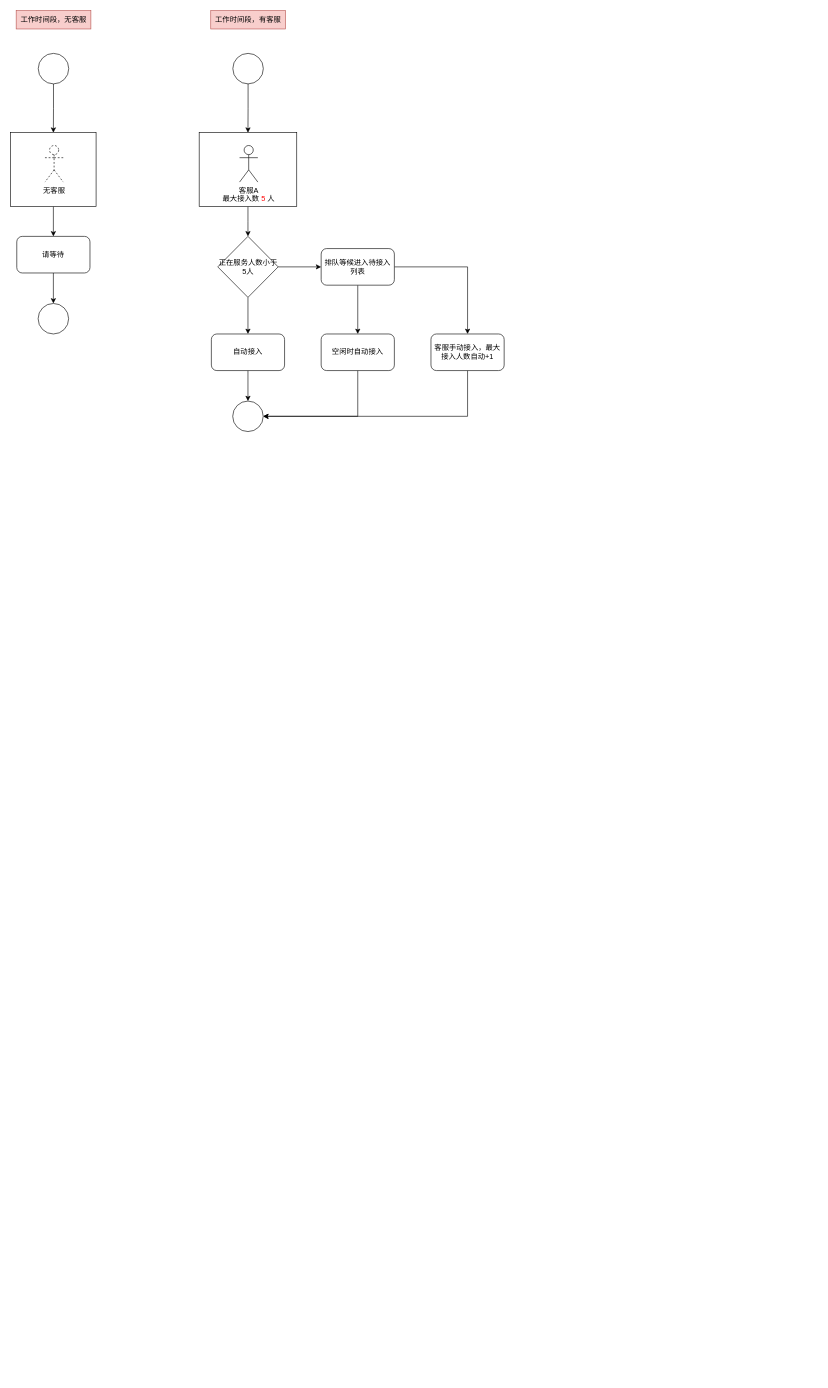
Before: 客服接入流程.drawio in ammengke/my-drawio, a draw.io diagram. Source tidied: cells renumbered, new cells numbered last; positions are measured from the earlier drawing's top-left corner, leaving out a move shared by most shapes. Both pictures are drawn from the tidied source at 61%, with x=0, y=0 at pixel (10, 10).
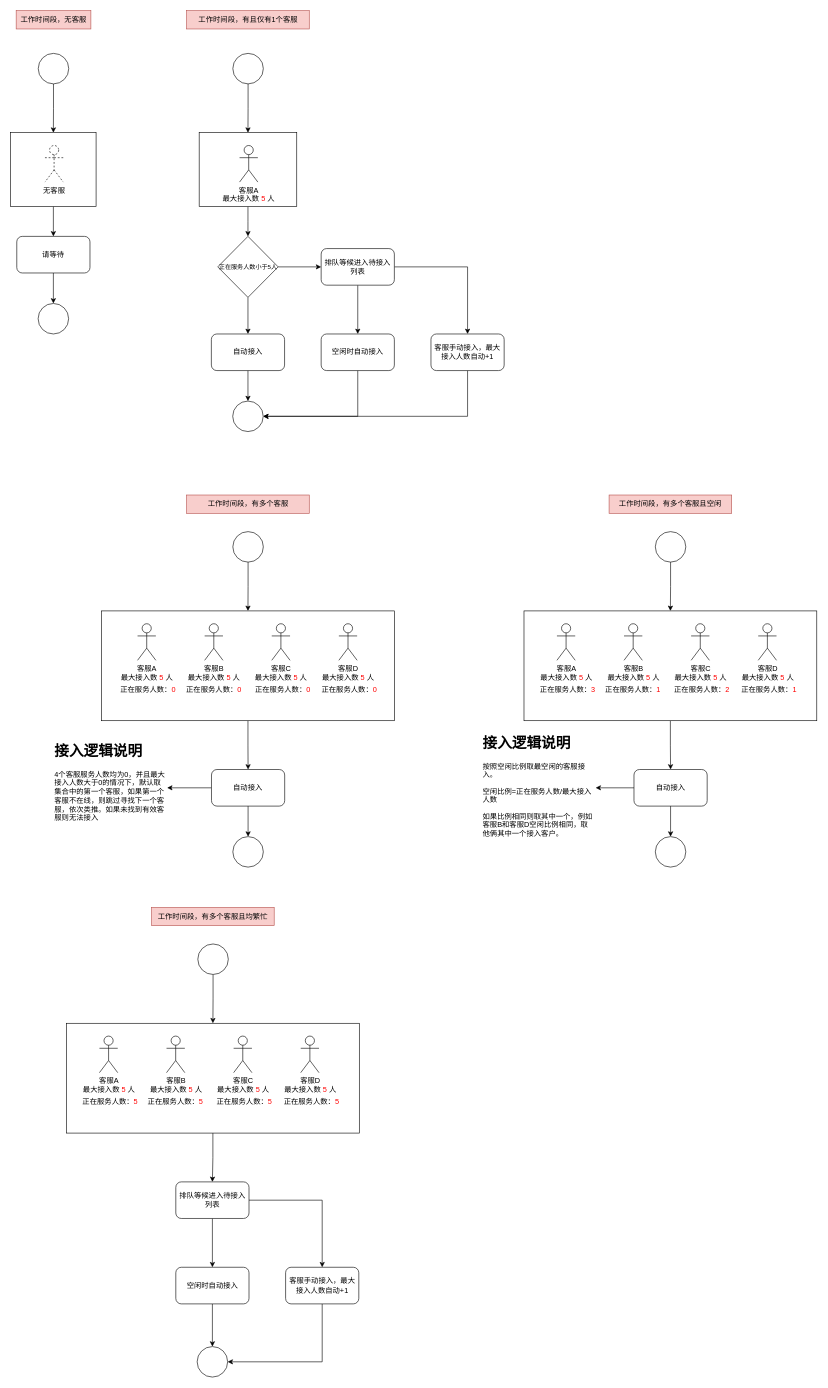
Above is the later version.

Commit message (it also covers changes not shown here):
更新客服接入流程.drawio

Change to the diagram source:
```diff
@@
-    <mxCell id="13" value="工作时间段，有客服" style="text;html=1;strokeColor=#b85450;fillColor=#f8cecc;align=center;verticalAlign=middle;whiteSpace=wrap;rounded=0;" parent="1" vertex="1">
-      <mxGeometry x="328" width="122.5" height="30" as="geometry" />
+    <mxCell id="13" value="工作时间段，有且仅有1个客服" style="text;html=1;strokeColor=#b85450;fillColor=#f8cecc;align=center;verticalAlign=middle;whiteSpace=wrap;rounded=0;" parent="1" vertex="1">
+      <mxGeometry x="288.5" width="201" height="30" as="geometry" />
     </mxCell>
@@
-    <mxCell id="19" value="正在服务人数小于5人" style="rhombus;whiteSpace=wrap;html=1;" parent="1" vertex="1">
+    <mxCell id="19" value="正在服务人数小于5人" style="rhombus;whiteSpace=wrap;html=1;fontSize=10;" parent="1" vertex="1">
       <mxGeometry x="339.5" y="370" width="99" height="100" as="geometry" />
     </mxCell>
@@
+    <mxCell id="30" style="edgeStyle=orthogonalEdgeStyle;rounded=0;jettySize=auto;html=1;entryX=0.5;entryY=0;entryDx=0;entryDy=0;" parent="1" edge="1" source="31" target="33">
+      <mxGeometry relative="1" as="geometry" />
+    </mxCell>
+    <mxCell id="31" style="ellipse;whiteSpace=wrap;html=1;" parent="1" vertex="1">
+      <mxGeometry x="364.2" y="854" width="50" height="50" as="geometry" />
+    </mxCell>
+    <mxCell id="32" style="edgeStyle=orthogonalEdgeStyle;rounded=0;jettySize=auto;html=1;" parent="1" edge="1" source="33" target="37">
+      <mxGeometry relative="1" as="geometry" />
+    </mxCell>
+    <mxCell id="33" style="rounded=0;whiteSpace=wrap;html=1;" parent="1" vertex="1">
+      <mxGeometry x="149" y="984" width="480" height="180" as="geometry" />
+    </mxCell>
+    <mxCell id="34" value="客服A&lt;br&gt;最大接入数&lt;font color=&quot;#ff0000&quot;&gt; 5 &lt;/font&gt;人" style="shape=umlActor;verticalLabelPosition=bottom;verticalAlign=top;html=1;" parent="1" vertex="1">
+      <mxGeometry x="208" y="1005" width="30" height="60" as="geometry" />
+    </mxCell>
+    <mxCell id="35" style="edgeStyle=orthogonalEdgeStyle;rounded=0;jettySize=auto;html=1;" parent="1" edge="1" source="37" target="38">
+      <mxGeometry relative="1" as="geometry" />
+    </mxCell>
+    <mxCell id="36" style="edgeStyle=orthogonalEdgeStyle;rounded=0;jettySize=auto;html=1;" parent="1" edge="1" source="37" target="46">
+      <mxGeometry relative="1" as="geometry" />
+    </mxCell>
+    <mxCell id="37" value="自动接入" style="rounded=1;whiteSpace=wrap;html=1;" parent="1" vertex="1">
+      <mxGeometry x="329.2" y="1244" width="120" height="60" as="geometry" />
+    </mxCell>
+    <mxCell id="38" style="ellipse;whiteSpace=wrap;html=1;" parent="1" vertex="1">
+      <mxGeometry x="364.2" y="1354" width="50" height="50" as="geometry" />
+    </mxCell>
+    <mxCell id="39" value="客服B&lt;br&gt;最大接入数&lt;font color=&quot;#ff0000&quot;&gt; 5 &lt;/font&gt;人" style="shape=umlActor;verticalLabelPosition=bottom;verticalAlign=top;html=1;" parent="1" vertex="1">
+      <mxGeometry x="318" y="1005" width="30" height="60" as="geometry" />
+    </mxCell>
+    <mxCell id="40" value="客服C&lt;br&gt;最大接入数&lt;font color=&quot;#ff0000&quot;&gt; 5 &lt;/font&gt;人" style="shape=umlActor;verticalLabelPosition=bottom;verticalAlign=top;html=1;" parent="1" vertex="1">
+      <mxGeometry x="428" y="1005" width="30" height="60" as="geometry" />
+    </mxCell>
+    <mxCell id="41" value="客服D&lt;br&gt;最大接入数&lt;font color=&quot;#ff0000&quot;&gt; 5 &lt;/font&gt;人" style="shape=umlActor;verticalLabelPosition=bottom;verticalAlign=top;html=1;" parent="1" vertex="1">
+      <mxGeometry x="538" y="1005" width="30" height="60" as="geometry" />
+    </mxCell>
+    <mxCell id="42" value="正在服务人数：&lt;font color=&quot;#ff0000&quot;&gt;0&lt;/font&gt;" style="text;html=1;strokeColor=none;fillColor=none;align=left;verticalAlign=middle;whiteSpace=wrap;rounded=0;" parent="1" vertex="1">
+      <mxGeometry x="178" y="1098" width="107.5" height="30" as="geometry" />
+    </mxCell>
+    <mxCell id="43" value="正在服务人数：&lt;font color=&quot;#ff0000&quot;&gt;0&lt;/font&gt;" style="text;html=1;strokeColor=none;fillColor=none;align=left;verticalAlign=middle;whiteSpace=wrap;rounded=0;" parent="1" vertex="1">
+      <mxGeometry x="285.5" y="1098" width="107.5" height="30" as="geometry" />
+    </mxCell>
+    <mxCell id="44" value="正在服务人数：&lt;font color=&quot;#ff0000&quot;&gt;0&lt;/font&gt;" style="text;html=1;strokeColor=none;fillColor=none;align=left;verticalAlign=middle;whiteSpace=wrap;rounded=0;" parent="1" vertex="1">
+      <mxGeometry x="398.5" y="1098" width="107.5" height="30" as="geometry" />
+    </mxCell>
+    <mxCell id="45" value="正在服务人数：&lt;font color=&quot;#ff0000&quot;&gt;0&lt;/font&gt;" style="text;html=1;strokeColor=none;fillColor=none;align=left;verticalAlign=middle;whiteSpace=wrap;rounded=0;" parent="1" vertex="1">
+      <mxGeometry x="508" y="1098" width="107.5" height="30" as="geometry" />
+    </mxCell>
+    <mxCell id="46" value="&lt;h1&gt;接入逻辑说明&lt;/h1&gt;&lt;p&gt;4个客服服务人数均为0，并且最大接入人数大于0的情况下，默认取集合中的第一个客服，如果第一个客服不在线，则跳过寻找下一个客服，依次类推。如果未找到有效客服则无法接入&lt;/p&gt;" style="text;html=1;strokeColor=none;fillColor=none;spacing=5;spacingTop=-20;whiteSpace=wrap;overflow=hidden;rounded=0;" parent="1" vertex="1">
+      <mxGeometry x="66.5" y="1194" width="190" height="160" as="geometry" />
+    </mxCell>
+    <mxCell id="47" value="工作时间段，有多个客服" style="text;html=1;strokeColor=#b85450;fillColor=#f8cecc;align=center;verticalAlign=middle;whiteSpace=wrap;rounded=0;" parent="1" vertex="1">
+      <mxGeometry x="288.5" y="794" width="201" height="30" as="geometry" />
+    </mxCell>
+    <mxCell id="48" style="edgeStyle=orthogonalEdgeStyle;rounded=0;jettySize=auto;html=1;entryX=0.5;entryY=0;entryDx=0;entryDy=0;" parent="1" edge="1" source="49" target="51">
+      <mxGeometry relative="1" as="geometry" />
+    </mxCell>
+    <mxCell id="49" style="ellipse;whiteSpace=wrap;html=1;" parent="1" vertex="1">
+      <mxGeometry x="1056.8" y="854" width="50" height="50" as="geometry" />
+    </mxCell>
+    <mxCell id="50" style="edgeStyle=orthogonalEdgeStyle;rounded=0;jettySize=auto;html=1;" parent="1" edge="1" source="51" target="55">
+      <mxGeometry relative="1" as="geometry" />
+    </mxCell>
+    <mxCell id="51" style="rounded=0;whiteSpace=wrap;html=1;" parent="1" vertex="1">
+      <mxGeometry x="841.5" y="984" width="480" height="180" as="geometry" />
+    </mxCell>
+    <mxCell id="52" value="客服A&lt;br&gt;最大接入数&lt;font color=&quot;#ff0000&quot;&gt; 5 &lt;/font&gt;人" style="shape=umlActor;verticalLabelPosition=bottom;verticalAlign=top;html=1;" parent="1" vertex="1">
+      <mxGeometry x="895.5" y="1005" width="30" height="60" as="geometry" />
+    </mxCell>
+    <mxCell id="53" style="edgeStyle=orthogonalEdgeStyle;rounded=0;jettySize=auto;html=1;" parent="1" edge="1" source="55" target="56">
+      <mxGeometry relative="1" as="geometry" />
+    </mxCell>
+    <mxCell id="54" style="edgeStyle=orthogonalEdgeStyle;rounded=0;jettySize=auto;html=1;" parent="1" edge="1" source="55" target="64">
+      <mxGeometry relative="1" as="geometry" />
+    </mxCell>
+    <mxCell id="55" value="自动接入" style="rounded=1;whiteSpace=wrap;html=1;" parent="1" vertex="1">
+      <mxGeometry x="1021.8" y="1244" width="120" height="60" as="geometry" />
+    </mxCell>
+    <mxCell id="56" style="ellipse;whiteSpace=wrap;html=1;" parent="1" vertex="1">
+      <mxGeometry x="1056.8" y="1354" width="50" height="50" as="geometry" />
+    </mxCell>
+    <mxCell id="57" value="客服B&lt;br&gt;最大接入数&lt;font color=&quot;#ff0000&quot;&gt; 5 &lt;/font&gt;人" style="shape=umlActor;verticalLabelPosition=bottom;verticalAlign=top;html=1;" parent="1" vertex="1">
+      <mxGeometry x="1005.5" y="1005" width="30" height="60" as="geometry" />
+    </mxCell>
+    <mxCell id="58" value="客服C&lt;br&gt;最大接入数&lt;font color=&quot;#ff0000&quot;&gt; 5 &lt;/font&gt;人" style="shape=umlActor;verticalLabelPosition=bottom;verticalAlign=top;html=1;" parent="1" vertex="1">
+      <mxGeometry x="1115.5" y="1005" width="30" height="60" as="geometry" />
+    </mxCell>
+    <mxCell id="59" value="客服D&lt;br&gt;最大接入数&lt;font color=&quot;#ff0000&quot;&gt; 5 &lt;/font&gt;人" style="shape=umlActor;verticalLabelPosition=bottom;verticalAlign=top;html=1;" parent="1" vertex="1">
+      <mxGeometry x="1225.5" y="1005" width="30" height="60" as="geometry" />
+    </mxCell>
+    <mxCell id="60" value="正在服务人数：&lt;font color=&quot;#ff0000&quot;&gt;3&lt;/font&gt;" style="text;html=1;strokeColor=none;fillColor=none;align=left;verticalAlign=middle;whiteSpace=wrap;rounded=0;" parent="1" vertex="1">
+      <mxGeometry x="865.5" y="1098" width="107.5" height="30" as="geometry" />
+    </mxCell>
+    <mxCell id="61" value="正在服务人数：&lt;font color=&quot;#ff0000&quot;&gt;1&lt;/font&gt;" style="text;html=1;strokeColor=none;fillColor=none;align=left;verticalAlign=middle;whiteSpace=wrap;rounded=0;" parent="1" vertex="1">
+      <mxGeometry x="973" y="1098" width="107.5" height="30" as="geometry" />
+    </mxCell>
+    <mxCell id="62" value="正在服务人数：&lt;font color=&quot;#ff0000&quot;&gt;2&lt;/font&gt;" style="text;html=1;strokeColor=none;fillColor=none;align=left;verticalAlign=middle;whiteSpace=wrap;rounded=0;" parent="1" vertex="1">
+      <mxGeometry x="1086" y="1098" width="107.5" height="30" as="geometry" />
+    </mxCell>
+    <mxCell id="63" value="正在服务人数：&lt;font color=&quot;#ff0000&quot;&gt;1&lt;/font&gt;" style="text;html=1;strokeColor=none;fillColor=none;align=left;verticalAlign=middle;whiteSpace=wrap;rounded=0;" parent="1" vertex="1">
+      <mxGeometry x="1195.5" y="1098" width="107.5" height="30" as="geometry" />
+    </mxCell>
+    <mxCell id="64" value="&lt;h1&gt;接入逻辑说明&lt;/h1&gt;&lt;p&gt;按照空闲比例取最空闲的客服接入。&lt;/p&gt;&lt;p&gt;空闲比例=正在服务人数/最大接入人数&lt;/p&gt;&lt;p&gt;如果比例相同则取其中一个，例如客服B和客服D空闲比例相同，取他俩其中一个接入客户。&lt;/p&gt;" style="text;html=1;strokeColor=none;fillColor=none;spacing=5;spacingTop=-20;whiteSpace=wrap;overflow=hidden;rounded=0;" parent="1" vertex="1">
+      <mxGeometry x="769" y="1181" width="190" height="186" as="geometry" />
+    </mxCell>
+    <mxCell id="65" value="工作时间段，有多个客服且空闲" style="text;html=1;strokeColor=#b85450;fillColor=#f8cecc;align=center;verticalAlign=middle;whiteSpace=wrap;rounded=0;" parent="1" vertex="1">
+      <mxGeometry x="981" y="794" width="201" height="30" as="geometry" />
+    </mxCell>
+    <mxCell id="66" style="edgeStyle=orthogonalEdgeStyle;rounded=0;jettySize=auto;html=1;entryX=0.5;entryY=0;entryDx=0;entryDy=0;" parent="1" edge="1" source="67" target="69">
+      <mxGeometry relative="1" as="geometry" />
+    </mxCell>
+    <mxCell id="67" style="ellipse;whiteSpace=wrap;html=1;" parent="1" vertex="1">
+      <mxGeometry x="306.8" y="1530" width="50" height="50" as="geometry" />
+    </mxCell>
+    <mxCell id="68" style="edgeStyle=orthogonalEdgeStyle;rounded=0;jettySize=auto;html=1;" parent="1" edge="1" source="69" target="82">
+      <mxGeometry relative="1" as="geometry" />
+    </mxCell>
+    <mxCell id="69" style="rounded=0;whiteSpace=wrap;html=1;" parent="1" vertex="1">
+      <mxGeometry x="91.5" y="1660" width="480" height="180" as="geometry" />
+    </mxCell>
+    <mxCell id="70" value="客服A&lt;br&gt;最大接入数&lt;font color=&quot;#ff0000&quot;&gt; 5 &lt;/font&gt;人" style="shape=umlActor;verticalLabelPosition=bottom;verticalAlign=top;html=1;" parent="1" vertex="1">
+      <mxGeometry x="145.5" y="1681" width="30" height="60" as="geometry" />
+    </mxCell>
+    <mxCell id="71" value="客服B&lt;br&gt;最大接入数&lt;font color=&quot;#ff0000&quot;&gt; 5 &lt;/font&gt;人" style="shape=umlActor;verticalLabelPosition=bottom;verticalAlign=top;html=1;" parent="1" vertex="1">
+      <mxGeometry x="255.5" y="1681" width="30" height="60" as="geometry" />
+    </mxCell>
+    <mxCell id="72" value="客服C&lt;br&gt;最大接入数&lt;font color=&quot;#ff0000&quot;&gt; 5 &lt;/font&gt;人" style="shape=umlActor;verticalLabelPosition=bottom;verticalAlign=top;html=1;" parent="1" vertex="1">
+      <mxGeometry x="365.5" y="1681" width="30" height="60" as="geometry" />
+    </mxCell>
+    <mxCell id="73" value="客服D&lt;br&gt;最大接入数&lt;font color=&quot;#ff0000&quot;&gt; 5 &lt;/font&gt;人" style="shape=umlActor;verticalLabelPosition=bottom;verticalAlign=top;html=1;" parent="1" vertex="1">
+      <mxGeometry x="475.5" y="1681" width="30" height="60" as="geometry" />
+    </mxCell>
+    <mxCell id="74" value="正在服务人数：&lt;font color=&quot;#ff0000&quot;&gt;5&lt;/font&gt;" style="text;html=1;strokeColor=none;fillColor=none;align=left;verticalAlign=middle;whiteSpace=wrap;rounded=0;" parent="1" vertex="1">
+      <mxGeometry x="115.5" y="1774" width="107.5" height="30" as="geometry" />
+    </mxCell>
+    <mxCell id="75" value="正在服务人数：&lt;font color=&quot;#ff0000&quot;&gt;5&lt;/font&gt;" style="text;html=1;strokeColor=none;fillColor=none;align=left;verticalAlign=middle;whiteSpace=wrap;rounded=0;" parent="1" vertex="1">
+      <mxGeometry x="223" y="1774" width="107.5" height="30" as="geometry" />
+    </mxCell>
+    <mxCell id="76" value="正在服务人数：&lt;font color=&quot;#ff0000&quot;&gt;5&lt;/font&gt;" style="text;html=1;strokeColor=none;fillColor=none;align=left;verticalAlign=middle;whiteSpace=wrap;rounded=0;" parent="1" vertex="1">
+      <mxGeometry x="336" y="1774" width="107.5" height="30" as="geometry" />
+    </mxCell>
+    <mxCell id="77" value="正在服务人数：&lt;font color=&quot;#ff0000&quot;&gt;5&lt;/font&gt;" style="text;html=1;strokeColor=none;fillColor=none;align=left;verticalAlign=middle;whiteSpace=wrap;rounded=0;" parent="1" vertex="1">
+      <mxGeometry x="445.5" y="1774" width="107.5" height="30" as="geometry" />
+    </mxCell>
+    <mxCell id="78" value="工作时间段，有多个客服且均繁忙" style="text;html=1;strokeColor=#b85450;fillColor=#f8cecc;align=center;verticalAlign=middle;whiteSpace=wrap;rounded=0;" parent="1" vertex="1">
+      <mxGeometry x="231" y="1470" width="201" height="30" as="geometry" />
+    </mxCell>
+    <mxCell id="79" style="ellipse;whiteSpace=wrap;html=1;" parent="1" vertex="1">
+      <mxGeometry x="305.7" y="2190" width="50" height="50" as="geometry" />
+    </mxCell>
+    <mxCell id="80" style="edgeStyle=orthogonalEdgeStyle;rounded=0;jettySize=auto;html=1;" parent="1" edge="1" source="82" target="86">
+      <mxGeometry relative="1" as="geometry" />
+    </mxCell>
+    <mxCell id="81" style="edgeStyle=orthogonalEdgeStyle;rounded=0;jettySize=auto;html=1;entryX=0.5;entryY=0;entryDx=0;entryDy=0;" parent="1" edge="1" source="82" target="84">
+      <mxGeometry relative="1" as="geometry" />
+    </mxCell>
+    <mxCell id="82" value="排队等候进入待接入列表" style="rounded=1;whiteSpace=wrap;html=1;" parent="1" vertex="1">
+      <mxGeometry x="270.7" y="1920" width="120" height="60" as="geometry" />
+    </mxCell>
+    <mxCell id="83" style="edgeStyle=orthogonalEdgeStyle;rounded=0;jettySize=auto;html=1;" parent="1" edge="1" source="84" target="79">
+      <mxGeometry relative="1" as="geometry" />
+    </mxCell>
+    <mxCell id="84" value="空闲时自动接入" style="rounded=1;whiteSpace=wrap;html=1;" parent="1" vertex="1">
+      <mxGeometry x="270.7" y="2060" width="120" height="60" as="geometry" />
+    </mxCell>
+    <mxCell id="85" style="edgeStyle=orthogonalEdgeStyle;rounded=0;jettySize=auto;html=1;entryX=1;entryY=0.5;entryDx=0;entryDy=0;" parent="1" edge="1" source="86" target="79">
+      <mxGeometry relative="1" as="geometry">
+        <Array as="points">
+          <mxPoint x="511" y="2215" />
+        </Array>
+      </mxGeometry>
+    </mxCell>
+    <mxCell id="86" value="客服手动接入，最大接入人数自动+1" style="rounded=1;whiteSpace=wrap;html=1;" parent="1" vertex="1">
+      <mxGeometry x="450.7" y="2060" width="120" height="60" as="geometry" />
+    </mxCell>
```
